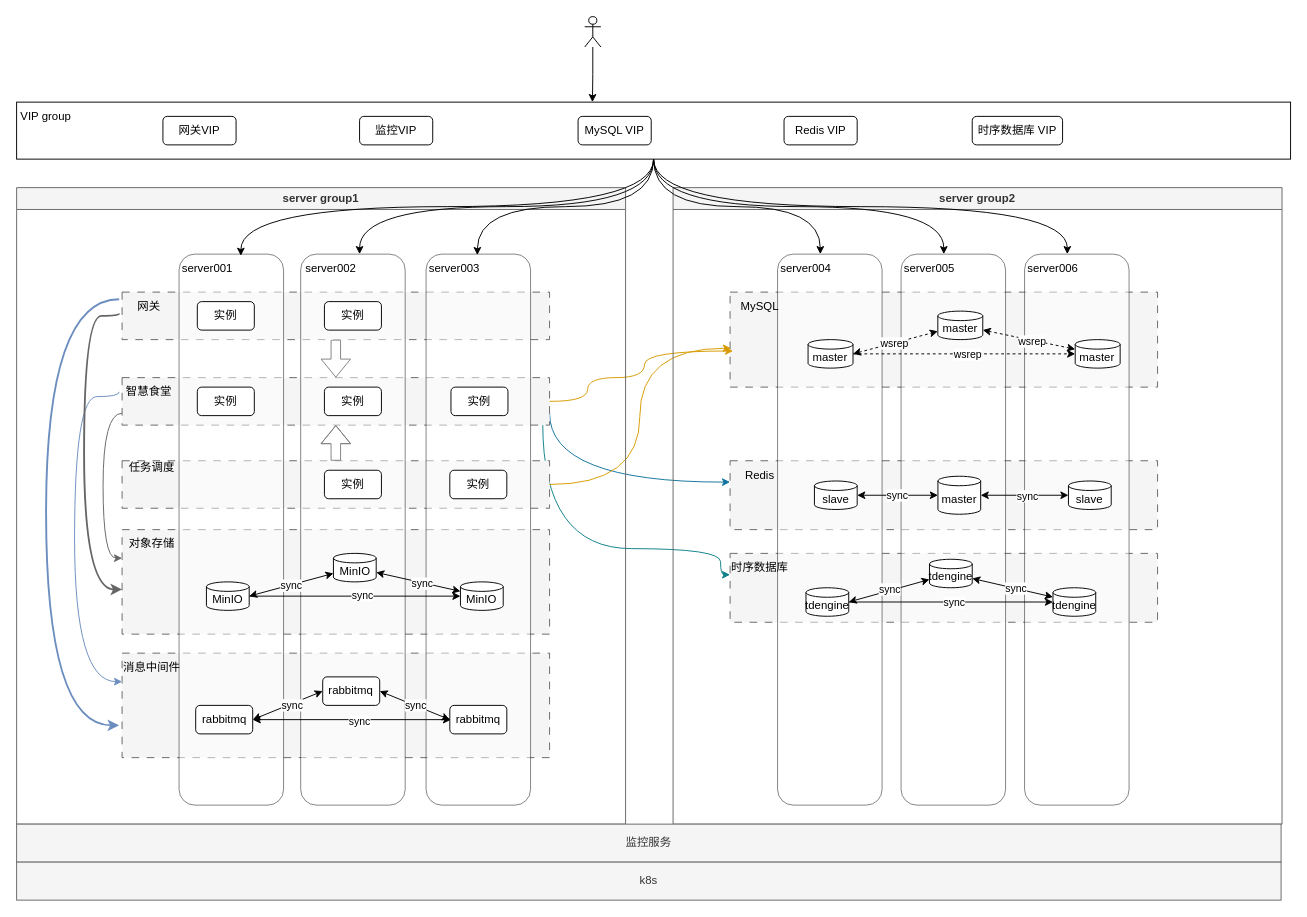
The draw.io diagram 集群部署.drawio in liolay/draw, before the edit. Source tidied: cells renumbered, new cells numbered last; positions are measured from the earlier drawing's top-left corner, leaving out a move shared by most shapes. Both pictures are drawn from the tidied source at 95%, with x=0, y=0 at pixel (16, 16).
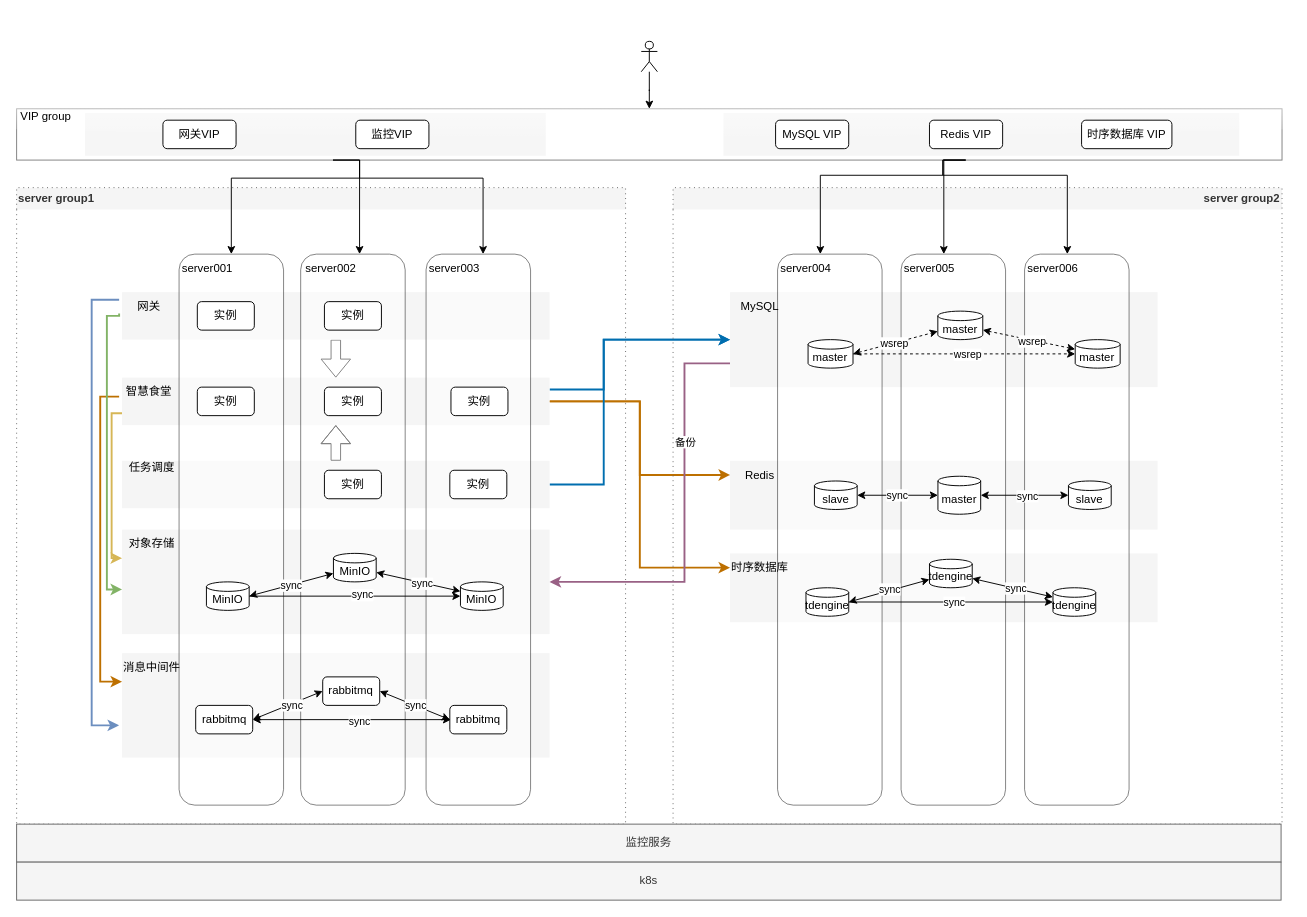
After the change.

Commit message (it also covers changes not shown here):
更新集群部署.drawio

Unchanged cells that the change refers to:
```xml
<mxCell id="17" style="rounded=1;whiteSpace=wrap;html=1;opacity=50;" parent="1" vertex="1">
  <mxGeometry x="171" y="250" width="110" height="580" as="geometry" />
</mxCell>
<mxCell id="25" value="server002" style="text;html=1;align=center;verticalAlign=middle;whiteSpace=wrap;rounded=0;" parent="1" vertex="1">
  <mxGeometry x="301" y="250" width="60" height="30" as="geometry" />
</mxCell>
<mxCell id="26" value="server003" style="text;html=1;align=center;verticalAlign=middle;whiteSpace=wrap;rounded=0;" parent="1" vertex="1">
  <mxGeometry x="431" y="250" width="60" height="30" as="geometry" />
</mxCell>
<mxCell id="27" value="server004" style="text;html=1;align=center;verticalAlign=middle;whiteSpace=wrap;rounded=0;" parent="1" vertex="1">
  <mxGeometry x="801" y="250" width="60" height="30" as="geometry" />
</mxCell>
<mxCell id="28" value="server005" style="text;html=1;align=center;verticalAlign=middle;whiteSpace=wrap;rounded=0;" parent="1" vertex="1">
  <mxGeometry x="931" y="250" width="60" height="30" as="geometry" />
</mxCell>
<mxCell id="29" value="server006" style="text;html=1;align=center;verticalAlign=middle;whiteSpace=wrap;rounded=0;" parent="1" vertex="1">
  <mxGeometry x="1061" y="250" width="60" height="30" as="geometry" />
</mxCell>
<mxCell id="76" value="智慧食堂" style="text;html=1;align=center;verticalAlign=middle;whiteSpace=wrap;rounded=0;" parent="1" vertex="1">
  <mxGeometry x="107.9" y="380" width="63.1" height="30" as="geometry" />
</mxCell>
<mxCell id="80" value="网关" style="text;html=1;align=center;verticalAlign=middle;whiteSpace=wrap;rounded=0;" parent="1" vertex="1">
  <mxGeometry x="107.9" y="290" width="63.1" height="30" as="geometry" />
</mxCell>
<mxCell id="85" value="对象存储" style="text;html=1;align=center;verticalAlign=middle;whiteSpace=wrap;rounded=0;" parent="1" vertex="1">
  <mxGeometry x="111" y="540" width="63.1" height="30" as="geometry" />
</mxCell>
<mxCell id="86" value="消息中间件" style="text;html=1;align=center;verticalAlign=middle;whiteSpace=wrap;rounded=0;" parent="1" vertex="1">
  <mxGeometry x="111" y="670" width="63.1" height="30" as="geometry" />
</mxCell>
<mxCell id="87" value="Redis" style="text;html=1;align=center;verticalAlign=middle;whiteSpace=wrap;rounded=0;" parent="1" vertex="1">
  <mxGeometry x="751" y="467.5" width="63.1" height="30" as="geometry" />
</mxCell>
<mxCell id="88" value="时序数据库" style="text;html=1;align=center;verticalAlign=middle;whiteSpace=wrap;rounded=0;" parent="1" vertex="1">
  <mxGeometry x="751" y="565" width="63.1" height="30" as="geometry" />
</mxCell>
```

The edit, as a diff of the source:
```diff
@@
+    <mxCell id="109" style="rounded=0;whiteSpace=wrap;html=1;fillColor=#eeeeee;strokeColor=none;" parent="1" vertex="1">
+      <mxGeometry x="744" y="101.5" width="543" height="45" as="geometry" />
+    </mxCell>
+    <mxCell id="110" style="rounded=0;whiteSpace=wrap;html=1;fillColor=#eeeeee;strokeColor=none;" parent="1" vertex="1">
+      <mxGeometry x="72" y="101.5" width="485" height="45" as="geometry" />
+    </mxCell>
+    <mxCell id="98" style="rounded=0;whiteSpace=wrap;html=1;glass=1;opacity=50;" parent="1" vertex="1">
+      <mxGeometry y="97" width="1332" height="54" as="geometry" />
+    </mxCell>
-    <mxCell id="2" style="rounded=0;whiteSpace=wrap;html=1;strokeColor=#666666;dashed=1;dashPattern=8 8;fillColor=#f5f5f5;fontColor=#333333;" parent="1" vertex="1">
+    <mxCell id="2" style="rounded=0;whiteSpace=wrap;html=1;strokeColor=none;dashed=1;fillColor=#f5f5f5;fontColor=#333333;" parent="1" vertex="1">
       <mxGeometry x="751" y="565" width="450" height="72.5" as="geometry" />
     </mxCell>
-    <mxCell id="3" style="rounded=0;whiteSpace=wrap;html=1;strokeColor=#666666;dashed=1;dashPattern=8 8;fillColor=#f5f5f5;fontColor=#333333;" parent="1" vertex="1">
+    <mxCell id="3" style="rounded=0;whiteSpace=wrap;html=1;strokeColor=none;dashed=1;fillColor=#f5f5f5;fontColor=#333333;" parent="1" vertex="1">
       <mxGeometry x="751" y="467.5" width="450" height="72.5" as="geometry" />
     </mxCell>
-    <mxCell id="4" style="rounded=0;whiteSpace=wrap;html=1;strokeColor=#666666;dashed=1;dashPattern=8 8;fillColor=#f5f5f5;fontColor=#333333;" parent="1" vertex="1">
+    <mxCell id="4" style="rounded=0;whiteSpace=wrap;html=1;strokeColor=none;dashed=1;fillColor=#f5f5f5;fontColor=#333333;" parent="1" vertex="1">
       <mxGeometry x="111" y="670" width="450" height="110" as="geometry" />
     </mxCell>
-    <mxCell id="5" style="rounded=0;whiteSpace=wrap;html=1;strokeColor=#666666;dashed=1;dashPattern=8 8;fillColor=#f5f5f5;fontColor=#333333;" parent="1" vertex="1">
+    <mxCell id="5" style="rounded=0;whiteSpace=wrap;html=1;strokeColor=none;dashed=1;fillColor=#f5f5f5;fontColor=#333333;" parent="1" vertex="1">
       <mxGeometry x="111" y="540" width="450" height="110" as="geometry" />
     </mxCell>
-    <mxCell id="6" style="edgeStyle=orthogonalEdgeStyle;rounded=0;jettySize=auto;html=1;exitX=0;exitY=0.75;exitDx=0;exitDy=0;entryX=0;entryY=1;entryDx=0;entryDy=0;curved=1;fillColor=#f5f5f5;strokeColor=#666666;" parent="1" edge="1" source="10" target="85">
+    <mxCell id="6" style="edgeStyle=orthogonalEdgeStyle;rounded=0;jettySize=auto;html=1;exitX=0;exitY=0.75;exitDx=0;exitDy=0;entryX=0;entryY=1;entryDx=0;entryDy=0;curved=0;fillColor=#fff2cc;strokeColor=#d6b656;gradientColor=#ffd966;strokeWidth=2;" parent="1" edge="1" source="10" target="85">
       <mxGeometry relative="1" as="geometry">
         <Array as="points">
-          <mxPoint x="91" y="418" />
-          <mxPoint x="91" y="570" />
+          <mxPoint x="100" y="418" />
+          <mxPoint x="100" y="570" />
         </Array>
       </mxGeometry>
     </mxCell>
-    <mxCell id="7" style="edgeStyle=orthogonalEdgeStyle;rounded=0;jettySize=auto;html=1;exitX=0;exitY=0.5;exitDx=0;exitDy=0;fillColor=#dae8fc;strokeColor=#6c8ebf;curved=1;entryX=0;entryY=1;entryDx=0;entryDy=0;" parent="1" edge="1" source="76" target="86">
+    <mxCell id="7" style="edgeStyle=orthogonalEdgeStyle;rounded=0;jettySize=auto;html=1;fillColor=#f0a30a;strokeColor=#BD7000;curved=0;entryX=0;entryY=1;entryDx=0;entryDy=0;strokeWidth=2;" parent="1" edge="1" source="76" target="86">
       <mxGeometry relative="1" as="geometry">
         <Array as="points">
-          <mxPoint x="108" y="400" />
-          <mxPoint x="61" y="400" />
-          <mxPoint x="61" y="700" />
+          <mxPoint x="88" y="400" />
+          <mxPoint x="88" y="700" />
         </Array>
       </mxGeometry>
     </mxCell>
-    <mxCell id="8" style="edgeStyle=orthogonalEdgeStyle;rounded=0;jettySize=auto;html=1;exitX=1;exitY=0.75;exitDx=0;exitDy=0;entryX=0;entryY=0.75;entryDx=0;entryDy=0;curved=1;fillColor=#b1ddf0;strokeColor=#10739e;" parent="1" edge="1" source="10" target="87">
-      <mxGeometry relative="1" as="geometry">
-        <Array as="points">
-          <mxPoint x="561" y="490" />
-        </Array>
-      </mxGeometry>
+    <mxCell id="8" style="edgeStyle=orthogonalEdgeStyle;rounded=0;jettySize=auto;html=1;exitX=1;exitY=0.5;exitDx=0;exitDy=0;entryX=0;entryY=0.5;entryDx=0;entryDy=0;strokeWidth=2;fillColor=#f0a30a;strokeColor=#BD7000;" parent="1" edge="1" source="10" target="87">
+      <mxGeometry relative="1" as="geometry" />
     </mxCell>
-    <mxCell id="9" style="edgeStyle=orthogonalEdgeStyle;rounded=0;jettySize=auto;html=1;entryX=0;entryY=0.75;entryDx=0;entryDy=0;exitX=0.984;exitY=0.96;exitDx=0;exitDy=0;exitPerimeter=0;fillColor=#b0e3e6;strokeColor=#0e8088;curved=1;" parent="1" edge="1" source="10" target="88">
+    <mxCell id="9" style="edgeStyle=orthogonalEdgeStyle;rounded=0;jettySize=auto;html=1;exitX=1;exitY=0.5;exitDx=0;exitDy=0;entryX=0;entryY=0.5;entryDx=0;entryDy=0;strokeWidth=2;fillColor=#f0a30a;strokeColor=#BD7000;" parent="1" edge="1" source="10" target="88">
       <mxGeometry relative="1" as="geometry">
         <Array as="points">
-          <mxPoint x="554" y="560" />
-          <mxPoint x="741" y="560" />
+          <mxPoint x="656" y="405" />
+          <mxPoint x="656" y="580" />
         </Array>
       </mxGeometry>
     </mxCell>
+    <mxCell id="89" style="edgeStyle=orthogonalEdgeStyle;rounded=0;jettySize=auto;html=1;exitX=1;exitY=0.25;exitDx=0;exitDy=0;entryX=0;entryY=0.5;entryDx=0;entryDy=0;fillColor=#1ba1e2;strokeColor=#006EAF;strokeWidth=2;" parent="1" edge="1" source="10" target="20">
+      <mxGeometry relative="1" as="geometry">
+        <Array as="points">
+          <mxPoint x="618" y="393" />
+          <mxPoint x="618" y="340" />
+        </Array>
+      </mxGeometry>
+    </mxCell>
-    <mxCell id="10" style="rounded=0;whiteSpace=wrap;html=1;strokeColor=#666666;dashed=1;dashPattern=8 8;fillColor=#f5f5f5;fontColor=#333333;" parent="1" vertex="1">
+    <mxCell id="10" style="rounded=0;whiteSpace=wrap;html=1;strokeColor=none;dashed=1;fillColor=#f5f5f5;fontColor=#333333;" parent="1" vertex="1">
       <mxGeometry x="111" y="380" width="450" height="50" as="geometry" />
     </mxCell>
+    <mxCell id="84" style="edgeStyle=orthogonalEdgeStyle;rounded=0;jettySize=auto;html=1;exitX=1;exitY=0.5;exitDx=0;exitDy=0;entryX=0;entryY=0.5;entryDx=0;entryDy=0;fillColor=#1ba1e2;strokeColor=#006EAF;strokeWidth=2;" parent="1" edge="1" source="11" target="20">
+      <mxGeometry relative="1" as="geometry">
+        <Array as="points">
+          <mxPoint x="618" y="493" />
+          <mxPoint x="618" y="340" />
+        </Array>
+      </mxGeometry>
+    </mxCell>
-    <mxCell id="11" style="rounded=0;whiteSpace=wrap;html=1;strokeColor=#666666;dashed=1;dashPattern=8 8;fillColor=#f5f5f5;fontColor=#333333;" parent="1" vertex="1">
+    <mxCell id="11" style="rounded=0;whiteSpace=wrap;html=1;strokeColor=none;dashed=1;fillColor=#f5f5f5;fontColor=#333333;" parent="1" vertex="1">
       <mxGeometry x="111" y="467.5" width="450" height="50" as="geometry" />
     </mxCell>
@@
-    <mxCell id="14" style="edgeStyle=orthogonalEdgeStyle;rounded=0;jettySize=auto;html=1;exitX=0;exitY=0.75;exitDx=0;exitDy=0;entryX=0;entryY=0.573;entryDx=0;entryDy=0;fillColor=#f5f5f5;strokeColor=#666666;curved=1;strokeWidth=2;entryPerimeter=0;" parent="1" edge="1" source="80" target="5">
+    <mxCell id="14" style="edgeStyle=orthogonalEdgeStyle;rounded=0;jettySize=auto;html=1;exitX=0;exitY=0.75;exitDx=0;exitDy=0;entryX=0;entryY=0.573;entryDx=0;entryDy=0;fillColor=#d5e8d4;strokeColor=#82b366;curved=0;strokeWidth=2;entryPerimeter=0;gradientColor=#97d077;" parent="1" edge="1" source="80" target="5">
       <mxGeometry relative="1" as="geometry">
         <Array as="points">
           <mxPoint x="108" y="315" />
-          <mxPoint x="71" y="315" />
-          <mxPoint x="71" y="603" />
+          <mxPoint x="95" y="315" />
+          <mxPoint x="95" y="603" />
         </Array>
       </mxGeometry>
     </mxCell>
-    <mxCell id="15" style="edgeStyle=orthogonalEdgeStyle;rounded=0;jettySize=auto;html=1;exitX=0;exitY=0.25;exitDx=0;exitDy=0;fillColor=#dae8fc;strokeColor=#6c8ebf;curved=1;strokeWidth=2;entryX=-0.007;entryY=0.691;entryDx=0;entryDy=0;entryPerimeter=0;" parent="1" edge="1" source="80" target="4">
+    <mxCell id="15" style="edgeStyle=orthogonalEdgeStyle;rounded=0;jettySize=auto;html=1;fillColor=#dae8fc;strokeColor=#6c8ebf;curved=0;strokeWidth=2;entryX=-0.007;entryY=0.691;entryDx=0;entryDy=0;entryPerimeter=0;" parent="1" edge="1" source="80" target="4">
       <mxGeometry relative="1" as="geometry">
         <Array as="points">
-          <mxPoint x="31" y="298" />
-          <mxPoint x="31" y="746" />
+          <mxPoint x="79" y="298" />
+          <mxPoint x="79" y="746" />
         </Array>
       </mxGeometry>
     </mxCell>
-    <mxCell id="16" style="rounded=0;whiteSpace=wrap;html=1;strokeColor=#666666;dashed=1;dashPattern=8 8;fillColor=#f5f5f5;fontColor=#333333;" parent="1" vertex="1">
+    <mxCell id="16" style="rounded=0;whiteSpace=wrap;html=1;strokeColor=none;dashed=1;fillColor=#f5f5f5;fontColor=#333333;" parent="1" vertex="1">
       <mxGeometry x="111" y="290" width="450" height="50" as="geometry" />
     </mxCell>
@@
+    <mxCell id="111" style="edgeStyle=orthogonalEdgeStyle;rounded=0;jettySize=auto;html=1;exitX=0;exitY=0.75;exitDx=0;exitDy=0;entryX=1;entryY=0.5;entryDx=0;entryDy=0;fillColor=#e6d0de;gradientColor=#d5739d;strokeColor=#996185;strokeWidth=2;" parent="1" edge="1" source="20" target="5">
+      <mxGeometry relative="1" as="geometry">
+        <Array as="points">
+          <mxPoint x="703" y="365" />
+          <mxPoint x="703" y="595" />
+        </Array>
+      </mxGeometry>
+    </mxCell>
+    <mxCell id="112" value="备份" style="edgeLabel;html=1;align=center;verticalAlign=middle;" parent="111" vertex="1">
+      <mxGeometry x="-0.38" relative="1" as="geometry" />
+    </mxCell>
-    <mxCell id="20" style="rounded=0;whiteSpace=wrap;html=1;strokeColor=#666666;dashed=1;dashPattern=8 8;fillColor=#f5f5f5;fontColor=#333333;" parent="1" vertex="1">
+    <mxCell id="20" style="rounded=0;whiteSpace=wrap;html=1;strokeColor=none;dashed=1;fillColor=#f5f5f5;fontColor=#333333;" parent="1" vertex="1">
       <mxGeometry x="751" y="290" width="450" height="100" as="geometry" />
     </mxCell>
@@
-    <mxCell id="84" style="edgeStyle=orthogonalEdgeStyle;rounded=0;jettySize=auto;html=1;exitX=1;exitY=0.5;exitDx=0;exitDy=0;entryX=0.002;entryY=0.591;entryDx=0;entryDy=0;entryPerimeter=0;fillColor=#ffe6cc;strokeColor=#d79b00;curved=1;" parent="1" edge="1" source="11" target="20">
-      <mxGeometry relative="1" as="geometry" />
-    </mxCell>
@@
-    <mxCell id="89" style="edgeStyle=orthogonalEdgeStyle;rounded=0;jettySize=auto;html=1;exitX=1;exitY=0.5;exitDx=0;exitDy=0;entryX=0.007;entryY=0.62;entryDx=0;entryDy=0;entryPerimeter=0;fillColor=#ffe6cc;strokeColor=#d79b00;strokeWidth=1;curved=1;" parent="1" edge="1" source="10" target="20">
-      <mxGeometry relative="1" as="geometry">
-        <Array as="points">
-          <mxPoint x="601" y="405" />
-          <mxPoint x="601" y="380" />
-          <mxPoint x="661" y="380" />
-          <mxPoint x="661" y="352" />
-        </Array>
-      </mxGeometry>
-    </mxCell>
-    <mxCell id="90" value="server group1" style="swimlane;whiteSpace=wrap;html=1;fillColor=#f5f5f5;fontColor=#333333;strokeColor=#666666;" parent="1" vertex="1">
+    <mxCell id="90" value="server group1" style="swimlane;whiteSpace=wrap;html=1;fillColor=#f5f5f5;fontColor=#333333;strokeColor=#666666;dashed=1;dashPattern=1 4;align=left;glass=0;swimlaneLine=0;" parent="1" vertex="1">
       <mxGeometry y="180" width="641" height="670" as="geometry" />
     </mxCell>
-    <mxCell id="91" value="server group2" style="swimlane;whiteSpace=wrap;html=1;fillColor=#f5f5f5;fontColor=#333333;strokeColor=#666666;" parent="1" vertex="1">
+    <mxCell id="91" value="server group2" style="swimlane;whiteSpace=wrap;html=1;fillColor=#f5f5f5;fontColor=#333333;strokeColor=#666666;dashed=1;dashPattern=1 4;startSize=23;align=right;swimlaneLine=0;" parent="1" vertex="1">
       <mxGeometry x="691" y="180" width="641" height="670" as="geometry" />
     </mxCell>
@@
     <mxCell id="93" style="shape=umlActor;verticalLabelPosition=bottom;verticalAlign=top;html=1;outlineConnect=0;" parent="1" vertex="1">
-      <mxGeometry x="598" width="17" height="32" as="geometry" />
+      <mxGeometry x="657.5" y="26" width="17" height="32" as="geometry" />
     </mxCell>
-    <mxCell id="94" style="edgeStyle=orthogonalEdgeStyle;rounded=0;jettySize=auto;html=1;exitX=0.5;exitY=1;exitDx=0;exitDy=0;entryX=1;entryY=0;entryDx=0;entryDy=0;curved=1;" parent="1" edge="1" source="98" target="25">
-      <mxGeometry relative="1" as="geometry" />
-    </mxCell>
-    <mxCell id="95" style="edgeStyle=orthogonalEdgeStyle;rounded=0;jettySize=auto;html=1;exitX=0.5;exitY=1;exitDx=0;exitDy=0;entryX=0.75;entryY=0;entryDx=0;entryDy=0;curved=1;" parent="1" edge="1" source="98" target="27">
-      <mxGeometry relative="1" as="geometry" />
+    <mxCell id="95" style="edgeStyle=orthogonalEdgeStyle;rounded=0;jettySize=auto;html=1;exitX=0.75;exitY=1;exitDx=0;exitDy=0;entryX=0.75;entryY=0;entryDx=0;entryDy=0;curved=0;" parent="1" edge="1" source="98" target="27">
+      <mxGeometry relative="1" as="geometry">
+        <Array as="points">
+          <mxPoint x="975" y="151" />
+          <mxPoint x="975" y="167" />
+          <mxPoint x="846" y="167" />
+        </Array>
+      </mxGeometry>
     </mxCell>
-    <mxCell id="96" style="edgeStyle=orthogonalEdgeStyle;rounded=0;jettySize=auto;html=1;exitX=0.5;exitY=1;exitDx=0;exitDy=0;entryX=0.75;entryY=0;entryDx=0;entryDy=0;curved=1;" parent="1" edge="1" source="98" target="28">
-      <mxGeometry relative="1" as="geometry" />
+    <mxCell id="96" style="edgeStyle=orthogonalEdgeStyle;rounded=0;jettySize=auto;html=1;exitX=0.75;exitY=1;exitDx=0;exitDy=0;entryX=0.75;entryY=0;entryDx=0;entryDy=0;curved=0;" parent="1" edge="1" source="98" target="28">
+      <mxGeometry relative="1" as="geometry">
+        <Array as="points">
+          <mxPoint x="976" y="151" />
+        </Array>
+      </mxGeometry>
     </mxCell>
-    <mxCell id="97" style="edgeStyle=orthogonalEdgeStyle;rounded=0;jettySize=auto;html=1;exitX=0.5;exitY=1;exitDx=0;exitDy=0;entryX=0.75;entryY=0;entryDx=0;entryDy=0;curved=1;" parent="1" edge="1" source="98" target="29">
-      <mxGeometry relative="1" as="geometry" />
+    <mxCell id="97" style="edgeStyle=orthogonalEdgeStyle;rounded=0;jettySize=auto;html=1;exitX=0.75;exitY=1;exitDx=0;exitDy=0;entryX=0.75;entryY=0;entryDx=0;entryDy=0;curved=0;" parent="1" edge="1" source="98" target="29">
+      <mxGeometry relative="1" as="geometry">
+        <Array as="points">
+          <mxPoint x="975" y="151" />
+          <mxPoint x="975" y="167" />
+          <mxPoint x="1106" y="167" />
+        </Array>
+      </mxGeometry>
     </mxCell>
-    <mxCell id="98" style="rounded=0;whiteSpace=wrap;html=1;" parent="1" vertex="1">
-      <mxGeometry y="90" width="1341" height="60" as="geometry" />
-    </mxCell>
@@
     <mxCell id="100" value="网关VIP" style="rounded=1;whiteSpace=wrap;html=1;" parent="1" vertex="1">
-      <mxGeometry x="154" y="105" width="77" height="30" as="geometry" />
+      <mxGeometry x="154" y="109" width="77" height="30" as="geometry" />
     </mxCell>
     <mxCell id="101" value="MySQL VIP" style="rounded=1;whiteSpace=wrap;html=1;" parent="1" vertex="1">
-      <mxGeometry x="591" y="105" width="77" height="30" as="geometry" />
+      <mxGeometry x="798.9" y="109" width="77" height="30" as="geometry" />
     </mxCell>
     <mxCell id="102" value="Redis VIP" style="rounded=1;whiteSpace=wrap;html=1;" parent="1" vertex="1">
-      <mxGeometry x="807.8" y="105" width="77" height="30" as="geometry" />
+      <mxGeometry x="960.9" y="109" width="77" height="30" as="geometry" />
     </mxCell>
     <mxCell id="103" value="时序数据库 VIP" style="rounded=1;whiteSpace=wrap;html=1;" parent="1" vertex="1">
-      <mxGeometry x="1005.9" y="105" width="95.1" height="30" as="geometry" />
+      <mxGeometry x="1121" y="109" width="95.1" height="30" as="geometry" />
     </mxCell>
@@
     <mxCell id="105" value="监控VIP" style="rounded=1;whiteSpace=wrap;html=1;" parent="1" vertex="1">
-      <mxGeometry x="361" y="105" width="77" height="30" as="geometry" />
+      <mxGeometry x="357" y="109" width="77" height="30" as="geometry" />
     </mxCell>
-    <mxCell id="106" style="edgeStyle=orthogonalEdgeStyle;rounded=0;jettySize=auto;html=1;entryX=0.452;entryY=0;entryDx=0;entryDy=0;entryPerimeter=0;" parent="1" edge="1" source="93" target="98">
+    <mxCell id="106" style="edgeStyle=orthogonalEdgeStyle;rounded=0;jettySize=auto;html=1;entryX=0.5;entryY=0;entryDx=0;entryDy=0;" parent="1" edge="1" source="93" target="98">
       <mxGeometry relative="1" as="geometry" />
     </mxCell>
-    <mxCell id="107" style="edgeStyle=orthogonalEdgeStyle;rounded=0;jettySize=auto;html=1;entryX=0.591;entryY=0.003;entryDx=0;entryDy=0;entryPerimeter=0;curved=1;" parent="1" edge="1" source="98" target="17">
-      <mxGeometry relative="1" as="geometry" />
+    <mxCell id="107" style="edgeStyle=orthogonalEdgeStyle;rounded=0;jettySize=auto;html=1;exitX=0.25;exitY=1;exitDx=0;exitDy=0;entryX=0.5;entryY=0;entryDx=0;entryDy=0;" parent="1" edge="1" source="98" target="17">
+      <mxGeometry relative="1" as="geometry">
+        <Array as="points">
+          <mxPoint x="361" y="151" />
+          <mxPoint x="361" y="170" />
+          <mxPoint x="226" y="170" />
+        </Array>
+      </mxGeometry>
     </mxCell>
+    <mxCell id="94" style="edgeStyle=orthogonalEdgeStyle;rounded=0;jettySize=auto;html=1;exitX=0.25;exitY=1;exitDx=0;exitDy=0;entryX=1;entryY=0;entryDx=0;entryDy=0;" parent="1" edge="1" source="98" target="25">
+      <mxGeometry relative="1" as="geometry">
+        <Array as="points">
+          <mxPoint x="361" y="151" />
+        </Array>
+      </mxGeometry>
+    </mxCell>
-    <mxCell id="108" style="edgeStyle=orthogonalEdgeStyle;rounded=0;jettySize=auto;html=1;exitX=0.5;exitY=1;exitDx=0;exitDy=0;entryX=0.9;entryY=0.033;entryDx=0;entryDy=0;entryPerimeter=0;curved=1;" parent="1" edge="1" source="98" target="26">
-      <mxGeometry relative="1" as="geometry" />
+    <mxCell id="108" style="edgeStyle=orthogonalEdgeStyle;rounded=0;jettySize=auto;html=1;entryX=1;entryY=0;entryDx=0;entryDy=0;" parent="1" edge="1" source="98" target="26">
+      <mxGeometry relative="1" as="geometry">
+        <Array as="points">
+          <mxPoint x="361" y="170" />
+          <mxPoint x="491" y="170" />
+        </Array>
+      </mxGeometry>
     </mxCell>
```
